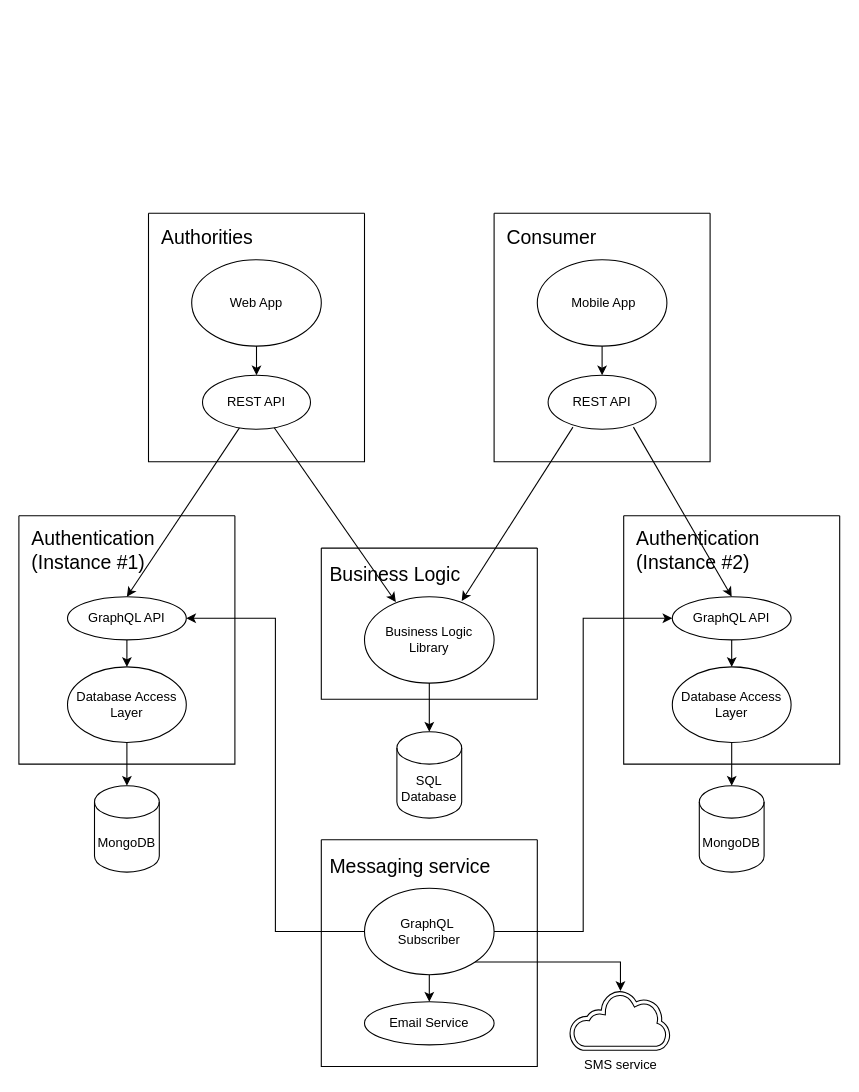
team-evian-fiicode25/.github keeps this draw.io diagram as drawio/architecture-diagram.drawio. Above is the earlier version. Source tidied: cells renumbered, new cells numbered last; positions are measured from the earlier drawing's top-left corner, leaving out a move shared by most shapes. Both pictures are drawn from the tidied source at 108%, with x=0, y=0 at pixel (18, 213).
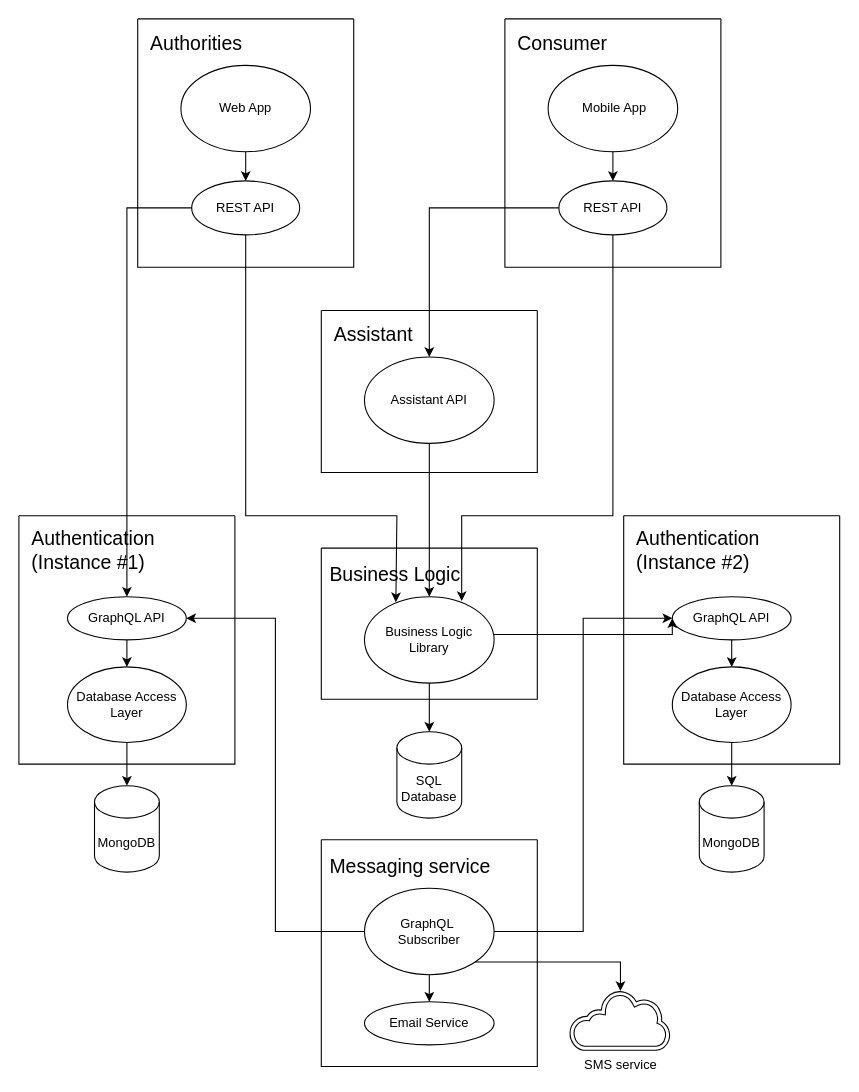
Above is the later version.

Commit message:
Update architectural diagram

Unchanged cells that the change refers to:
```xml
<mxCell id="4" value="&lt;font style=&quot;font-size: 12px;&quot;&gt;Business Logic&lt;/font&gt;&lt;div&gt;&lt;font style=&quot;font-size: 12px;&quot;&gt;Library&lt;/font&gt;&lt;/div&gt;" style="ellipse;whiteSpace=wrap;html=1;fillColor=none;" parent="2" vertex="1">
  <mxGeometry x="40" y="45" width="120" height="80" as="geometry" />
</mxCell>
<mxCell id="9" value="REST API" style="ellipse;whiteSpace=wrap;html=1;fillColor=none;" parent="6" vertex="1">
  <mxGeometry x="50" y="150" width="100" height="50" as="geometry" />
</mxCell>
<mxCell id="14" value="REST API" style="ellipse;whiteSpace=wrap;html=1;fillColor=none;" parent="11" vertex="1">
  <mxGeometry x="50" y="150" width="100" height="50" as="geometry" />
</mxCell>
<mxCell id="22" value="GraphQL API" style="ellipse;whiteSpace=wrap;html=1;fillColor=none;" parent="17" vertex="1">
  <mxGeometry x="45" y="55" width="110" height="40" as="geometry" />
</mxCell>
<mxCell id="32" value="GraphQL API" style="ellipse;whiteSpace=wrap;html=1;fillColor=none;" parent="27" vertex="1">
  <mxGeometry x="45" y="55" width="110" height="40" as="geometry" />
</mxCell>
```

Diff of the diagram source:
```diff
@@
-    <mxCell id="5" style="endArrow=classic;html=1;rounded=0;entryX=0.75;entryY=0.05;entryDx=0;entryDy=0;exitX=0.23;exitY=0.96;exitDx=0;exitDy=0;exitPerimeter=0;entryPerimeter=0;" parent="1" edge="1" source="9" target="4">
-      <mxGeometry relative="1" as="geometry" />
+    <mxCell id="5" style="endArrow=classic;html=1;rounded=0;entryX=0.75;entryY=0.05;entryDx=0;entryDy=0;exitX=0.5;exitY=1;exitDx=0;exitDy=0;entryPerimeter=0;" parent="1" edge="1" source="9" target="4">
+      <mxGeometry relative="1" as="geometry">
+        <Array as="points">
+          <mxPoint x="550" y="280" />
+          <mxPoint x="410" y="280" />
+        </Array>
+      </mxGeometry>
     </mxCell>
     <mxCell id="6" style="swimlane;startSize=0;fillStyle=hatch;" parent="1" vertex="1">
-      <mxGeometry x="440" width="200" height="230" as="geometry" />
+      <mxGeometry x="450" y="-180" width="200" height="230" as="geometry" />
     </mxCell>
@@
     <mxCell id="11" style="swimlane;startSize=0;fillStyle=solid;fillColor=none;strokeColor=default;" parent="1" vertex="1">
-      <mxGeometry x="120" width="200" height="230" as="geometry" />
+      <mxGeometry x="110" y="-180" width="200" height="230" as="geometry" />
     </mxCell>
@@
     <mxCell id="16" style="endArrow=classic;html=1;rounded=0;entryX=0.242;entryY=0.063;entryDx=0;entryDy=0;entryPerimeter=0;" parent="1" edge="1" source="14" target="4">
-      <mxGeometry relative="1" as="geometry" />
+      <mxGeometry relative="1" as="geometry">
+        <Array as="points">
+          <mxPoint x="210" y="280" />
+          <mxPoint x="350" y="280" />
+        </Array>
+      </mxGeometry>
     </mxCell>
@@
     <mxCell id="25" style="endArrow=classic;html=1;rounded=0;entryX=0.5;entryY=0;entryDx=0;entryDy=0;" parent="1" edge="1" source="14" target="22">
-      <mxGeometry relative="1" as="geometry" />
+      <mxGeometry relative="1" as="geometry">
+        <Array as="points">
+          <mxPoint x="100" y="-5" />
+        </Array>
+      </mxGeometry>
     </mxCell>
-    <mxCell id="26" style="endArrow=classic;html=1;rounded=0;exitX=0.79;exitY=0.96;exitDx=0;exitDy=0;entryX=0.5;entryY=0;entryDx=0;entryDy=0;exitPerimeter=0;" parent="1" edge="1" source="9" target="32">
-      <mxGeometry relative="1" as="geometry" />
-    </mxCell>
@@
+    <mxCell id="46" style="edgeStyle=orthogonalEdgeStyle;rounded=0;jettySize=auto;html=1;entryX=0;entryY=0.5;entryDx=0;entryDy=0;" parent="1" edge="1" source="4" target="32">
+      <mxGeometry relative="1" as="geometry">
+        <Array as="points">
+          <mxPoint x="605" y="390" />
+        </Array>
+      </mxGeometry>
+    </mxCell>
+    <mxCell id="47" style="swimlane;startSize=0;fillStyle=hatch;" parent="1" vertex="1">
+      <mxGeometry x="280" y="90" width="200" height="150" as="geometry" />
+    </mxCell>
+    <mxCell id="48" value="&lt;font style=&quot;font-size: 18px;&quot;&gt;Assistant&lt;/font&gt;" style="text;html=1;align=left;verticalAlign=middle;strokeColor=none;fillColor=none;" parent="47" vertex="1">
+      <mxGeometry x="10" y="8" width="100" height="30" as="geometry" />
+    </mxCell>
+    <mxCell id="49" value="Assistant API" style="ellipse;whiteSpace=wrap;html=1;fillColor=none;" parent="47" vertex="1">
+      <mxGeometry x="40" y="43" width="120" height="80" as="geometry" />
+    </mxCell>
+    <mxCell id="50" style="edgeStyle=orthogonalEdgeStyle;rounded=0;jettySize=auto;html=1;exitX=0.5;exitY=1;exitDx=0;exitDy=0;entryX=0.5;entryY=0;entryDx=0;entryDy=0;" parent="1" edge="1" source="49" target="4">
+      <mxGeometry relative="1" as="geometry" />
+    </mxCell>
+    <mxCell id="51" style="edgeStyle=orthogonalEdgeStyle;rounded=0;jettySize=auto;html=1;exitX=0;exitY=0.5;exitDx=0;exitDy=0;entryX=0.5;entryY=0;entryDx=0;entryDy=0;" parent="1" edge="1" source="9" target="49">
+      <mxGeometry relative="1" as="geometry" />
+    </mxCell>
```
